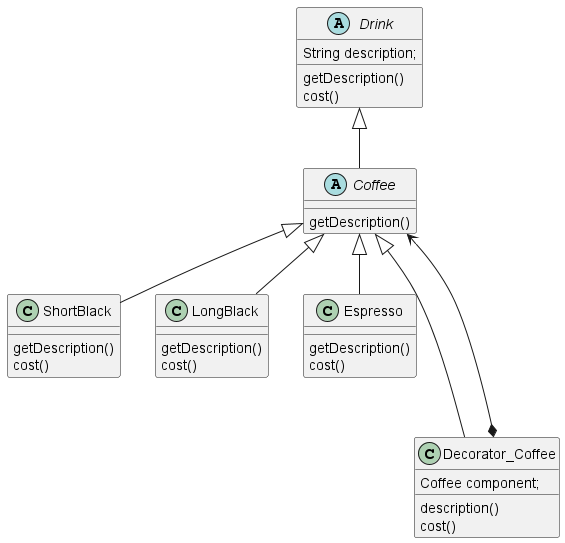
Earlier version of the PlantUML export imgs/decorator.png (wangzy0327/talk-design-pattern).
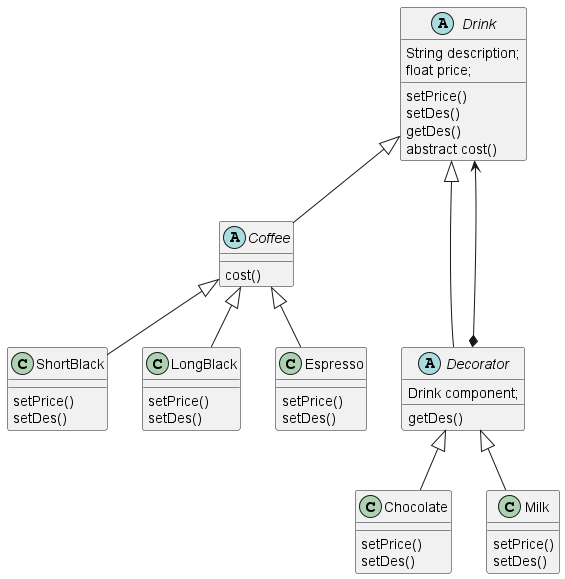
The same file after the commit.

The edit, as a diff of the source:
```diff
@@ -2,31 +2,43 @@
 
 abstract class Drink{
     String description;
-    getDescription()
+    float price;
+    setPrice()
+    setDes()
+    getDes()
+    abstract cost()
+}
+abstract class Coffee extends Drink{
     cost()
 }
-abstract class Coffee extends Drink{
-    getDescription()
-}
 class ShortBlack extends Coffee{
-    getDescription()
-    cost()
+    setPrice()
+    setDes()
 }
 class LongBlack extends Coffee{
-    getDescription()
-    cost()
+    setPrice()
+    setDes()
 }
 class Espresso extends Coffee{
-    getDescription()
-    cost()
+    setPrice()
+    setDes()
 }
 
-class Decorator_Coffee extends Coffee{
-    Coffee component;
-    description()
-    cost()
+abstract class Decorator extends Drink{
+    Drink component;
+    getDes()
 }
 
-Decorator_Coffee *--->Coffee
+class Chocolate extends Decorator{
+    setPrice()
+    setDes()
+}
+
+class Milk extends Decorator{
+    setPrice()
+    setDes()
+}
+
+Decorator *--->Drink
 
 @enduml
```
